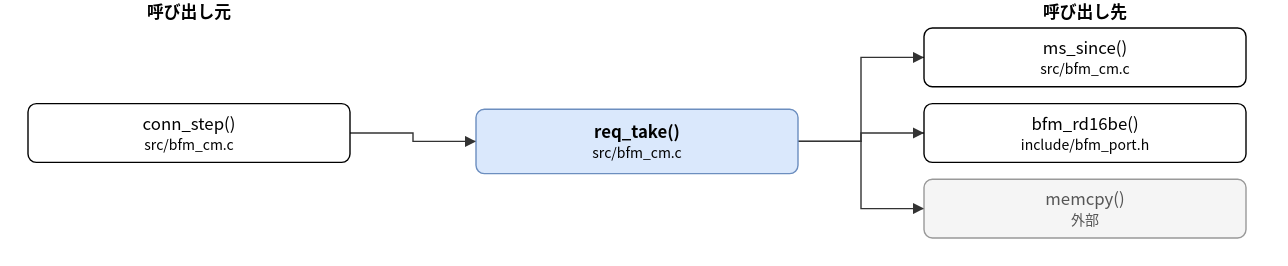
Before: doc/spec/images/call_src_bfm_cm-req_take.drawio.svg, a diagram exported from draw.io (hf355051012-ai/bfmem). Source tidied: cells renumbered, new cells last; positions are measured from the earlier drawing's top-left corner, leaving out a move shared by most shapes.
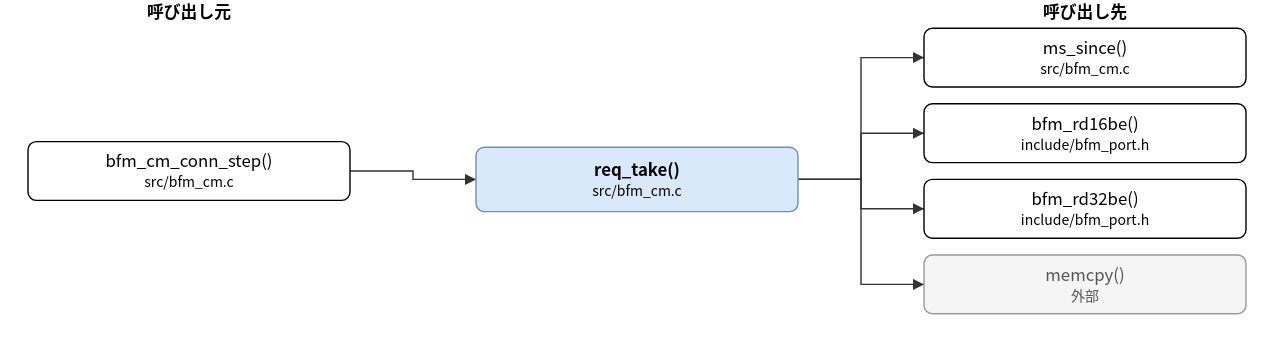
After the change.

Diff of the diagram source:
```diff
@@ -3,10 +3,10 @@
     <mxCell id="0" />
     <mxCell id="1" parent="0" />
     <mxCell id="2" value="req_take()&lt;br&gt;&lt;font style=&quot;font-size:10px&quot;&gt;src/bfm_cm.c&lt;/font&gt;" style="rounded=1;whiteSpace=wrap;html=1;fillColor=#dae8fc;strokeColor=#6c8ebf;fontStyle=1;" parent="1" vertex="1">
-      <mxGeometry x="320" y="78" width="230" height="46" as="geometry" />
+      <mxGeometry x="320" y="105" width="230" height="46" as="geometry" />
     </mxCell>
-    <mxCell id="3" value="conn_step()&lt;br&gt;&lt;font style=&quot;font-size:10px&quot;&gt;src/bfm_cm.c&lt;/font&gt;" style="rounded=1;whiteSpace=wrap;html=1;" parent="1" vertex="1">
-      <mxGeometry y="74" width="230" height="42" as="geometry" />
+    <mxCell id="3" value="bfm_cm_conn_step()&lt;br&gt;&lt;font style=&quot;font-size:10px&quot;&gt;src/bfm_cm.c&lt;/font&gt;" style="rounded=1;whiteSpace=wrap;html=1;" parent="1" vertex="1">
+      <mxGeometry y="101" width="230" height="42" as="geometry" />
     </mxCell>
     <mxCell id="4" value="ms_since()&lt;br&gt;&lt;font style=&quot;font-size:10px&quot;&gt;src/bfm_cm.c&lt;/font&gt;" style="rounded=1;whiteSpace=wrap;html=1;" parent="1" vertex="1">
       <mxGeometry x="640" y="20" width="230" height="42" as="geometry" />
@@ -14,21 +14,24 @@
     <mxCell id="5" value="bfm_rd16be()&lt;br&gt;&lt;font style=&quot;font-size:10px&quot;&gt;include/bfm_port.h&lt;/font&gt;" style="rounded=1;whiteSpace=wrap;html=1;" parent="1" vertex="1">
       <mxGeometry x="640" y="74" width="230" height="42" as="geometry" />
     </mxCell>
-    <mxCell id="6" value="memcpy()&lt;br&gt;&lt;font style=&quot;font-size:10px&quot;&gt;外部&lt;/font&gt;" style="rounded=1;whiteSpace=wrap;html=1;fillColor=#f5f5f5;strokeColor=#999999;fontColor=#555555;" parent="1" vertex="1">
+    <mxCell id="6" value="bfm_rd32be()&lt;br&gt;&lt;font style=&quot;font-size:10px&quot;&gt;include/bfm_port.h&lt;/font&gt;" style="rounded=1;whiteSpace=wrap;html=1;" parent="1" vertex="1">
       <mxGeometry x="640" y="128" width="230" height="42" as="geometry" />
     </mxCell>
+    <mxCell id="13" value="memcpy()&lt;br&gt;&lt;font style=&quot;font-size:10px&quot;&gt;外部&lt;/font&gt;" style="rounded=1;whiteSpace=wrap;html=1;fillColor=#f5f5f5;strokeColor=#999999;fontColor=#555555;" parent="1" vertex="1">
+      <mxGeometry x="640" y="182" width="230" height="42" as="geometry" />
+    </mxCell>
     <mxCell id="7" style="edgeStyle=none;html=1;rounded=0;endArrow=block;endFill=1;exitX=1.0000;exitY=0.5000;exitDx=0;exitDy=0;exitPerimeter=0;entryX=0.0000;entryY=0.5000;entryDx=0;entryDy=0;entryPerimeter=0;" parent="1" edge="1" source="3" target="2">
       <mxGeometry relative="1" as="geometry">
         <Array as="points">
-          <mxPoint x="275" y="95" />
-          <mxPoint x="275" y="101" />
+          <mxPoint x="275" y="122" />
+          <mxPoint x="275" y="128" />
         </Array>
       </mxGeometry>
     </mxCell>
     <mxCell id="8" style="edgeStyle=none;html=1;rounded=0;endArrow=block;endFill=1;exitX=1.0000;exitY=0.5000;exitDx=0;exitDy=0;exitPerimeter=0;entryX=0.0000;entryY=0.5000;entryDx=0;entryDy=0;entryPerimeter=0;" parent="1" edge="1" source="2" target="4">
       <mxGeometry relative="1" as="geometry">
         <Array as="points">
-          <mxPoint x="595" y="101" />
+          <mxPoint x="595" y="128" />
           <mxPoint x="595" y="41" />
         </Array>
       </mxGeometry>
@@ -36,7 +39,7 @@
     <mxCell id="9" style="edgeStyle=none;html=1;rounded=0;endArrow=block;endFill=1;exitX=1.0000;exitY=0.5000;exitDx=0;exitDy=0;exitPerimeter=0;entryX=0.0000;entryY=0.5000;entryDx=0;entryDy=0;entryPerimeter=0;" parent="1" edge="1" source="2" target="5">
       <mxGeometry relative="1" as="geometry">
         <Array as="points">
-          <mxPoint x="595" y="101" />
+          <mxPoint x="595" y="128" />
           <mxPoint x="595" y="95" />
         </Array>
       </mxGeometry>
@@ -44,11 +47,19 @@
     <mxCell id="10" style="edgeStyle=none;html=1;rounded=0;endArrow=block;endFill=1;exitX=1.0000;exitY=0.5000;exitDx=0;exitDy=0;exitPerimeter=0;entryX=0.0000;entryY=0.5000;entryDx=0;entryDy=0;entryPerimeter=0;" parent="1" edge="1" source="2" target="6">
       <mxGeometry relative="1" as="geometry">
         <Array as="points">
-          <mxPoint x="595" y="101" />
+          <mxPoint x="595" y="128" />
           <mxPoint x="595" y="149" />
         </Array>
       </mxGeometry>
     </mxCell>
+    <mxCell id="14" style="edgeStyle=none;html=1;rounded=0;endArrow=block;endFill=1;exitX=1.0000;exitY=0.5000;exitDx=0;exitDy=0;exitPerimeter=0;entryX=0.0000;entryY=0.5000;entryDx=0;entryDy=0;entryPerimeter=0;" parent="1" edge="1" source="2" target="13">
+      <mxGeometry relative="1" as="geometry">
+        <Array as="points">
+          <mxPoint x="595" y="128" />
+          <mxPoint x="595" y="203" />
+        </Array>
+      </mxGeometry>
+    </mxCell>
     <mxCell id="11" value="呼び出し元" style="text;html=1;align=center;fontStyle=1;" parent="1" vertex="1">
       <mxGeometry x="35" width="160" height="18" as="geometry" />
     </mxCell>
```
